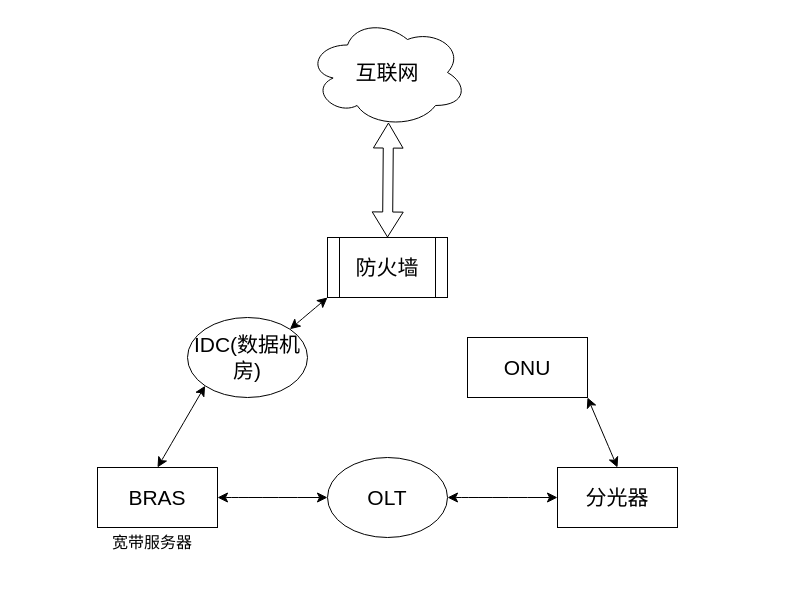
The draw.io diagram 未命名绘图.drawio in chenjh3061/hello-world, before the edit. Source tidied: cells renumbered, new cells numbered last; positions are measured from the earlier drawing's top-left corner, leaving out a move shared by most shapes. Both pictures are drawn from the tidied source at 100%, with x=0, y=0 at pixel (97, 17).
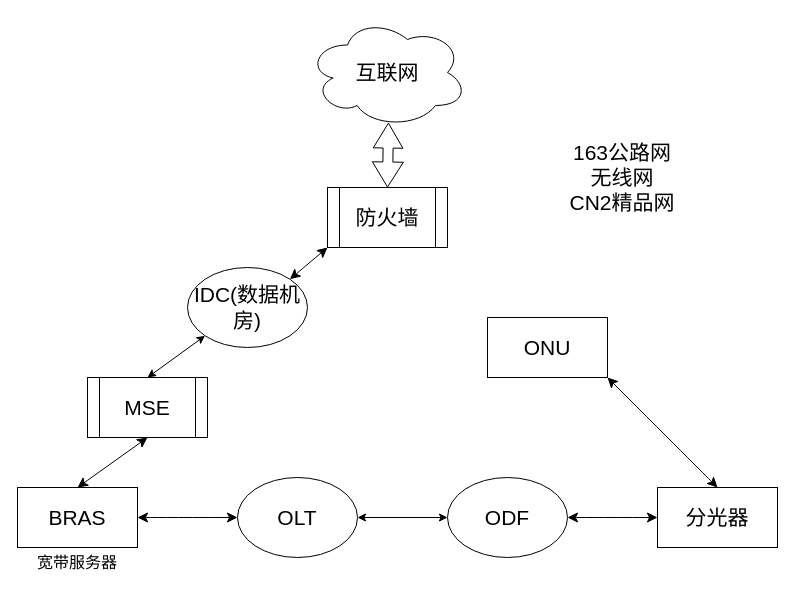
The same diagram, later.

Commit message:
更新未命名绘图.drawio

What changed in the source:
```diff
@@
     <mxCell id="3" value="防火墙" style="shape=process;whiteSpace=wrap;html=1;backgroundOutline=1;fontSize=21;" parent="1" vertex="1">
-      <mxGeometry x="230" y="220" width="120" height="60" as="geometry" />
+      <mxGeometry x="230" y="170" width="120" height="60" as="geometry" />
     </mxCell>
     <mxCell id="4" value="BRAS" style="rounded=0;whiteSpace=wrap;html=1;fontSize=21;" parent="1" vertex="1">
-      <mxGeometry y="450" width="120" height="60" as="geometry" />
+      <mxGeometry x="-80" y="470" width="120" height="60" as="geometry" />
     </mxCell>
     <mxCell id="5" value="IDC(数据机房)" style="ellipse;whiteSpace=wrap;html=1;fontSize=21;" parent="1" vertex="1">
-      <mxGeometry x="90" y="300" width="120" height="80" as="geometry" />
+      <mxGeometry x="90" y="250" width="120" height="80" as="geometry" />
     </mxCell>
     <mxCell id="6" value="OLT" style="ellipse;whiteSpace=wrap;html=1;fontSize=21;" parent="1" vertex="1">
-      <mxGeometry x="230" y="440" width="120" height="80" as="geometry" />
+      <mxGeometry x="140" y="460" width="120" height="80" as="geometry" />
     </mxCell>
     <mxCell id="7" value="分光器" style="rounded=0;whiteSpace=wrap;html=1;fontSize=21;" parent="1" vertex="1">
-      <mxGeometry x="460" y="450" width="120" height="60" as="geometry" />
+      <mxGeometry x="560" y="470" width="120" height="60" as="geometry" />
     </mxCell>
     <mxCell id="8" value="ONU" style="rounded=0;whiteSpace=wrap;html=1;fontSize=21;" parent="1" vertex="1">
-      <mxGeometry x="370" y="320" width="120" height="60" as="geometry" />
+      <mxGeometry x="390" y="300" width="120" height="60" as="geometry" />
     </mxCell>
@@
     <mxCell id="10" value="宽带服务器" style="text;html=1;whiteSpace=wrap;strokeColor=none;fillColor=none;align=center;verticalAlign=middle;rounded=0;fontSize=16;" parent="1" vertex="1">
-      <mxGeometry y="510" width="110" height="30" as="geometry" />
+      <mxGeometry x="-75" y="530" width="110" height="30" as="geometry" />
     </mxCell>
@@
-    <mxCell id="12" style="endArrow=classic;startArrow=classic;html=1;rounded=0;fontSize=12;startSize=8;endSize=8;curved=1;exitX=1;exitY=0.5;exitDx=0;exitDy=0;entryX=0;entryY=0.5;entryDx=0;entryDy=0;" parent="1" edge="1" source="6" target="7">
+    <mxCell id="12" style="endArrow=classic;startArrow=classic;html=1;rounded=0;fontSize=12;startSize=8;endSize=8;curved=1;exitX=1;exitY=0.5;exitDx=0;exitDy=0;entryX=0;entryY=0.5;entryDx=0;entryDy=0;" parent="1" edge="1" source="16" target="7">
       <mxGeometry relative="1" as="geometry" />
     </mxCell>
@@
-    <mxCell id="14" style="endArrow=classic;startArrow=classic;html=1;rounded=0;fontSize=12;startSize=8;endSize=8;curved=1;exitX=0.5;exitY=0;exitDx=0;exitDy=0;entryX=0;entryY=1;entryDx=0;entryDy=0;" parent="1" edge="1" source="4" target="5">
+    <mxCell id="14" style="endArrow=classic;startArrow=classic;html=1;rounded=0;fontSize=12;startSize=8;endSize=8;curved=1;exitX=0.5;exitY=0;exitDx=0;exitDy=0;entryX=0.5;entryY=1;entryDx=0;entryDy=0;" parent="1" edge="1" source="4" target="18">
       <mxGeometry relative="1" as="geometry" />
     </mxCell>
@@
+    <mxCell id="16" value="&lt;font style=&quot;font-size: 21px;&quot;&gt;ODF&lt;/font&gt;" style="ellipse;whiteSpace=wrap;html=1;" parent="1" vertex="1">
+      <mxGeometry x="350" y="460" width="120" height="80" as="geometry" />
+    </mxCell>
+    <mxCell id="17" style="endArrow=classic;startArrow=classic;html=1;rounded=0;entryX=0;entryY=0.5;entryDx=0;entryDy=0;exitX=1;exitY=0.5;exitDx=0;exitDy=0;" parent="1" edge="1" source="6" target="16">
+      <mxGeometry relative="1" as="geometry" />
+    </mxCell>
+    <mxCell id="18" value="&lt;font style=&quot;font-size: 21px;&quot;&gt;MSE&lt;/font&gt;" style="shape=process;whiteSpace=wrap;html=1;backgroundOutline=1;" parent="1" vertex="1">
+      <mxGeometry x="-10" y="360" width="120" height="60" as="geometry" />
+    </mxCell>
+    <mxCell id="19" style="endArrow=classic;startArrow=classic;html=1;rounded=0;exitX=0.5;exitY=0;exitDx=0;exitDy=0;entryX=0;entryY=1;entryDx=0;entryDy=0;" parent="1" edge="1" source="18" target="5">
+      <mxGeometry relative="1" as="geometry" />
+    </mxCell>
+    <mxCell id="20" value="&lt;font style=&quot;font-size: 21px;&quot;&gt;163公路网&lt;/font&gt;&lt;div&gt;&lt;font style=&quot;font-size: 21px;&quot;&gt;无线网&lt;/font&gt;&lt;/div&gt;&lt;div&gt;&lt;font style=&quot;font-size: 21px;&quot;&gt;CN2精品网&lt;/font&gt;&lt;/div&gt;" style="text;html=1;whiteSpace=wrap;strokeColor=none;fillColor=none;align=center;verticalAlign=middle;rounded=0;" parent="1" vertex="1">
+      <mxGeometry x="450" y="110" width="150" height="100" as="geometry" />
+    </mxCell>
```
